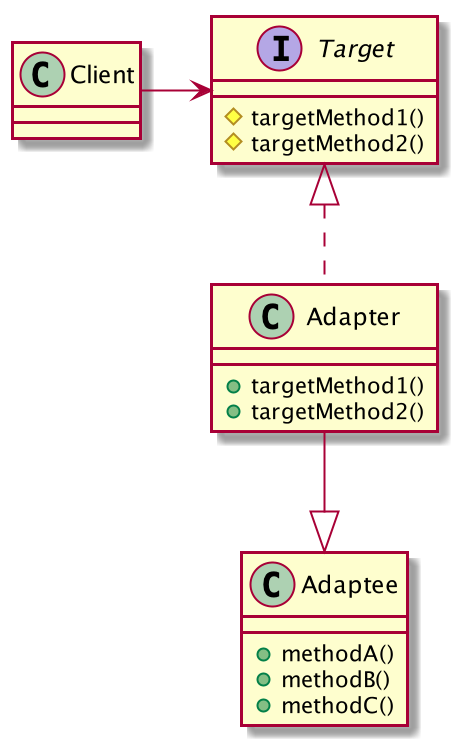
Above: assets/post/designpattern/Adapter1.png in jsyang-dev/jsyang-dev.github.io (PlantUML), before the change. Its diagram source:
```plantuml
@startuml

class Client {
}
interface Target {
    #targetMethod1()
    #targetMethod2()
}
class Adapter {
    +targetMethod1()
    +targetMethod2()
}
class Adaptee {
    +methodA()
    +methodB()
    +methodC()
}

Client -> Target
Target <|.. Adapter
Adapter --|> Adaptee

@enduml
```
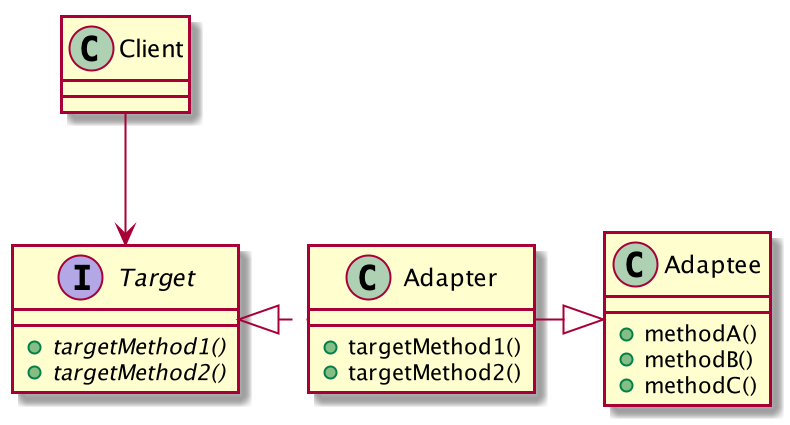
The same diagram one commit later.

Change to the diagram source:
```diff
@@ -3,8 +3,8 @@
 class Client {
 }
 interface Target {
-    #targetMethod1()
-    #targetMethod2()
+    +{abstract} targetMethod1()
+    +{abstract} targetMethod2()
 }
 class Adapter {
     +targetMethod1()
@@ -16,8 +16,8 @@
     +methodC()
 }
 
-Client -> Target
-Target <|.. Adapter
-Adapter --|> Adaptee
+Client --> Target
+Target <|. Adapter
+Adapter -|> Adaptee
 
 @enduml
```
